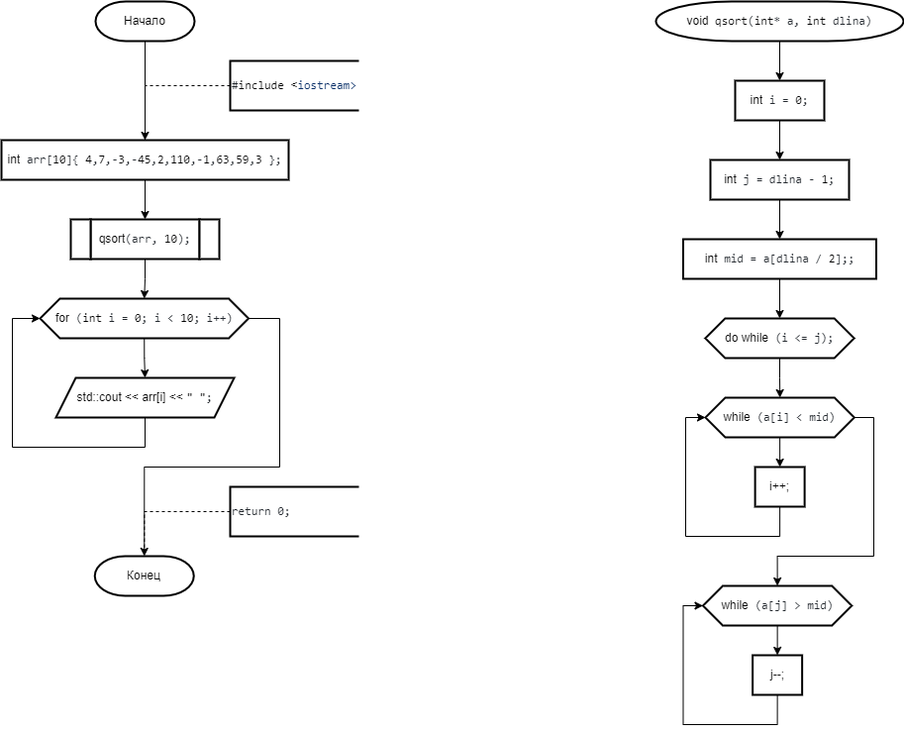
The draw.io diagram 2 Семестр/Labs/№9 Сложные сортировки быстрая (Хоара), слиянием, подсчетом, блочная, Шелла/Быстрая.png in IlyaFedoseev227/LABS-PNRPU-IVT-22-1b, before a commit. Source tidied: cells renumbered, new cells last; positions are measured from the earlier drawing's top-left corner, leaving out a move shared by most shapes.
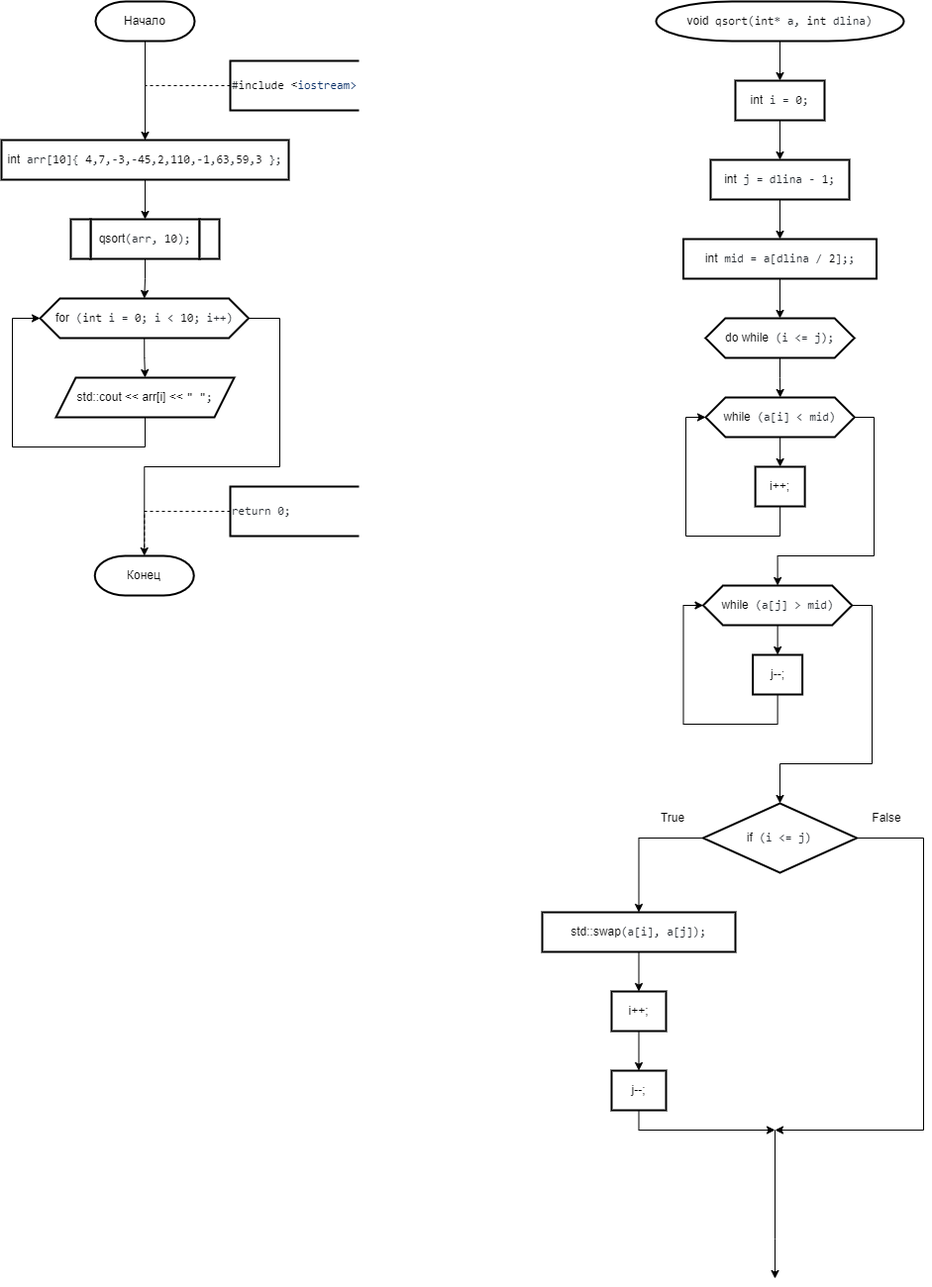
Above is the later version.

What changed in the source:
```diff
@@ -136,6 +136,15 @@
     <mxCell id="35" style="edgeStyle=orthogonalEdgeStyle;rounded=0;jettySize=auto;html=1;exitX=0.5;exitY=1;exitDx=0;exitDy=0;entryX=0.5;entryY=0;entryDx=0;entryDy=0;" parent="1" edge="1" source="36" target="38">
       <mxGeometry relative="1" as="geometry" />
     </mxCell>
+    <mxCell id="39" style="edgeStyle=orthogonalEdgeStyle;rounded=0;jettySize=auto;html=1;exitX=1;exitY=0.5;exitDx=0;exitDy=0;entryX=0.5;entryY=0;entryDx=0;entryDy=0;" parent="1" edge="1" source="36" target="43">
+      <mxGeometry relative="1" as="geometry">
+        <Array as="points">
+          <mxPoint x="879" y="610" />
+          <mxPoint x="879" y="770" />
+          <mxPoint x="786" y="770" />
+        </Array>
+      </mxGeometry>
+    </mxCell>
     <mxCell id="36" value="&lt;div style=&quot;text-align: start;&quot;&gt;while&lt;span style=&quot;color: rgb(36, 41, 47); font-family: ui-monospace, SFMono-Regular, &amp;quot;SF Mono&amp;quot;, Menlo, Consolas, &amp;quot;Liberation Mono&amp;quot;, monospace; background-color: rgb(255, 255, 255);&quot;&gt; (a[j] &amp;gt; mid)&lt;/span&gt;&lt;br&gt;&lt;/div&gt;" style="shape=hexagon;perimeter=hexagonPerimeter2;whiteSpace=wrap;html=1;fixedSize=1;strokeWidth=2;" parent="1" vertex="1">
       <mxGeometry x="708.5" y="590" width="150.2" height="40" as="geometry" />
     </mxCell>
@@ -151,5 +160,59 @@
     <mxCell id="38" value="&lt;div style=&quot;text-align: start;&quot;&gt;j--;&lt;br&gt;&lt;/div&gt;" style="shape=parallelogram;perimeter=parallelogramPerimeter;whiteSpace=wrap;html=1;fixedSize=1;strokeWidth=2;size=-6;" parent="1" vertex="1">
       <mxGeometry x="758.6" y="660" width="50" height="40" as="geometry" />
     </mxCell>
+    <mxCell id="40" style="edgeStyle=orthogonalEdgeStyle;rounded=0;jettySize=auto;html=1;exitX=0;exitY=0.5;exitDx=0;exitDy=0;entryX=0.5;entryY=0;entryDx=0;entryDy=0;" parent="1" edge="1" source="43" target="47">
+      <mxGeometry relative="1" as="geometry" />
+    </mxCell>
+    <mxCell id="41" style="edgeStyle=orthogonalEdgeStyle;rounded=0;jettySize=auto;html=1;exitX=1;exitY=0.5;exitDx=0;exitDy=0;" parent="1" edge="1" source="43">
+      <mxGeometry relative="1" as="geometry">
+        <mxPoint x="781" y="1140" as="targetPoint" />
+        <Array as="points">
+          <mxPoint x="931" y="845" />
+          <mxPoint x="931" y="1140" />
+        </Array>
+      </mxGeometry>
+    </mxCell>
+    <mxCell id="42" style="edgeStyle=orthogonalEdgeStyle;rounded=0;orthogonalLoop=1;jettySize=auto;html=1;" parent="1" edge="1">
+      <mxGeometry relative="1" as="geometry">
+        <mxPoint x="781" y="1140" as="sourcePoint" />
+        <mxPoint x="781" y="1290" as="targetPoint" />
+        <Array as="points">
+          <mxPoint x="781" y="1250" />
+          <mxPoint x="781" y="1250" />
+        </Array>
+      </mxGeometry>
+    </mxCell>
+    <mxCell id="43" value="&lt;div style=&quot;text-align: start;&quot;&gt;if&lt;span style=&quot;color: rgb(36, 41, 47); font-family: ui-monospace, SFMono-Regular, &amp;quot;SF Mono&amp;quot;, Menlo, Consolas, &amp;quot;Liberation Mono&amp;quot;, monospace; background-color: rgb(255, 255, 255);&quot;&gt; (i &amp;lt;= j)&lt;/span&gt;&lt;br&gt;&lt;/div&gt;" style="rhombus;whiteSpace=wrap;html=1;strokeWidth=2;" parent="1" vertex="1">
+      <mxGeometry x="708.4" y="810" width="155.1" height="70" as="geometry" />
+    </mxCell>
+    <mxCell id="44" value="True" style="text;html=1;strokeColor=none;fillColor=none;align=center;verticalAlign=middle;whiteSpace=wrap;rounded=0;strokeWidth=2;" parent="1" vertex="1">
+      <mxGeometry x="648.4" y="810" width="60" height="30" as="geometry" />
+    </mxCell>
+    <mxCell id="45" value="False" style="text;html=1;strokeColor=none;fillColor=none;align=center;verticalAlign=middle;whiteSpace=wrap;rounded=0;strokeWidth=2;" parent="1" vertex="1">
+      <mxGeometry x="863.6" y="810" width="60" height="30" as="geometry" />
+    </mxCell>
+    <mxCell id="46" style="edgeStyle=orthogonalEdgeStyle;rounded=0;jettySize=auto;html=1;exitX=0.5;exitY=1;exitDx=0;exitDy=0;" parent="1" edge="1" source="47" target="49">
+      <mxGeometry relative="1" as="geometry" />
+    </mxCell>
+    <mxCell id="47" value="&lt;div style=&quot;text-align: start;&quot;&gt;std::swap&lt;span style=&quot;color: rgb(36, 41, 47); font-family: ui-monospace, SFMono-Regular, &amp;quot;SF Mono&amp;quot;, Menlo, Consolas, &amp;quot;Liberation Mono&amp;quot;, monospace; background-color: rgb(255, 255, 255);&quot;&gt;(a[i], a[j]);&lt;/span&gt;&lt;br&gt;&lt;/div&gt;" style="shape=parallelogram;perimeter=parallelogramPerimeter;whiteSpace=wrap;html=1;fixedSize=1;strokeWidth=2;size=-6;" parent="1" vertex="1">
+      <mxGeometry x="546" y="920" width="195" height="40" as="geometry" />
+    </mxCell>
+    <mxCell id="48" style="edgeStyle=orthogonalEdgeStyle;rounded=0;jettySize=auto;html=1;exitX=0.5;exitY=1;exitDx=0;exitDy=0;" parent="1" edge="1" source="49" target="51">
+      <mxGeometry relative="1" as="geometry" />
+    </mxCell>
+    <mxCell id="49" value="&lt;div style=&quot;text-align: start;&quot;&gt;i++;&lt;br&gt;&lt;/div&gt;" style="shape=parallelogram;perimeter=parallelogramPerimeter;whiteSpace=wrap;html=1;fixedSize=1;strokeWidth=2;size=-6;" parent="1" vertex="1">
+      <mxGeometry x="616" y="1000" width="55" height="40" as="geometry" />
+    </mxCell>
+    <mxCell id="50" style="edgeStyle=orthogonalEdgeStyle;rounded=0;jettySize=auto;html=1;exitX=0.5;exitY=1;exitDx=0;exitDy=0;" parent="1" edge="1" source="51">
+      <mxGeometry relative="1" as="geometry">
+        <mxPoint x="781" y="1140" as="targetPoint" />
+        <Array as="points">
+          <mxPoint x="644" y="1140" />
+        </Array>
+      </mxGeometry>
+    </mxCell>
+    <mxCell id="51" value="&lt;div style=&quot;text-align: start;&quot;&gt;j--;&lt;br&gt;&lt;/div&gt;" style="shape=parallelogram;perimeter=parallelogramPerimeter;whiteSpace=wrap;html=1;fixedSize=1;strokeWidth=2;size=-6;" parent="1" vertex="1">
+      <mxGeometry x="616" y="1080" width="55" height="40" as="geometry" />
+    </mxCell>
   </root>
 </mxGraphModel>
```
